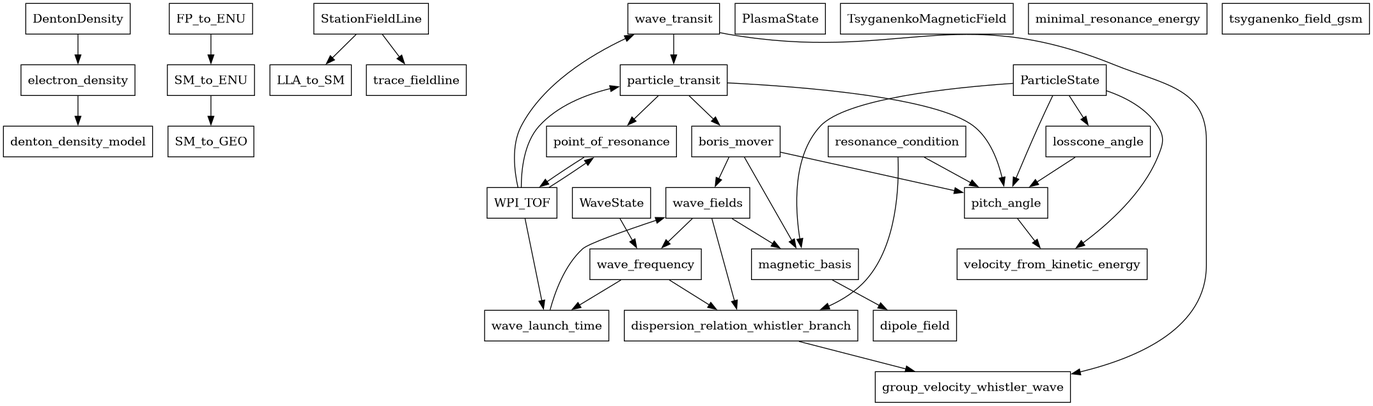
AnettTh/PsAURORA.jl keeps this Graphviz diagram as callgraph.png. Above is the earlier version. Its source is kept beside it as callgraph.dot.
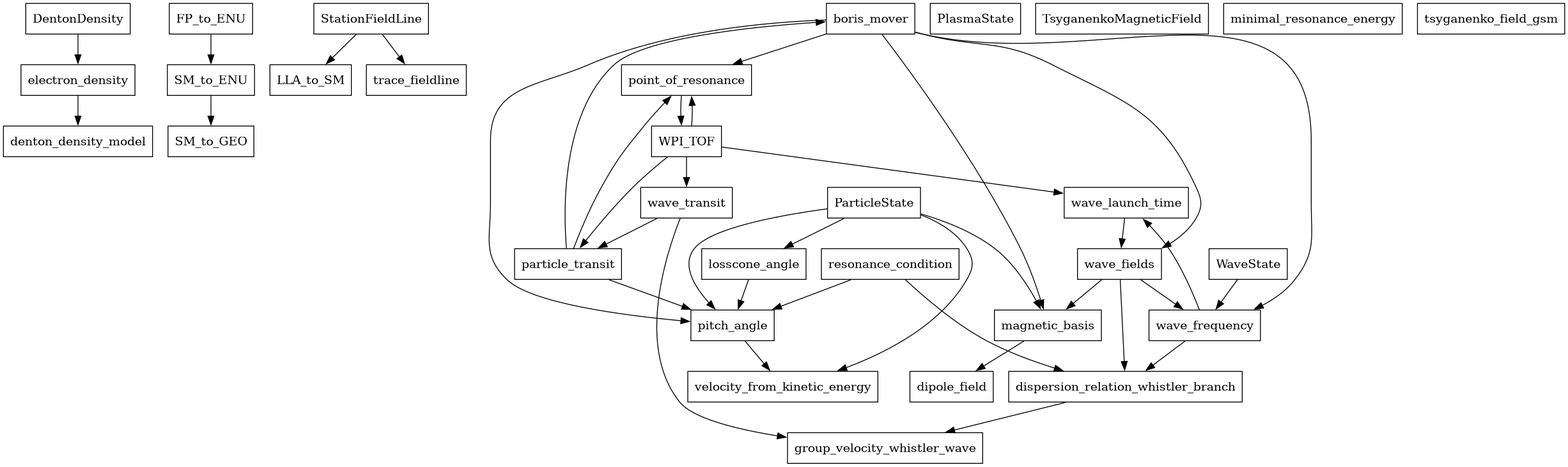
After the change.

Change to the diagram source:
```diff
@@ -46,7 +46,9 @@
   "WaveState" -> "wave_frequency";
   "boris_mover" -> "magnetic_basis";
   "boris_mover" -> "pitch_angle";
+  "boris_mover" -> "point_of_resonance";
   "boris_mover" -> "wave_fields";
+  "boris_mover" -> "wave_frequency";
   "dispersion_relation_whistler_branch" -> "group_velocity_whistler_wave";
   "electron_density" -> "denton_density_model";
   "losscone_angle" -> "pitch_angle";
```
